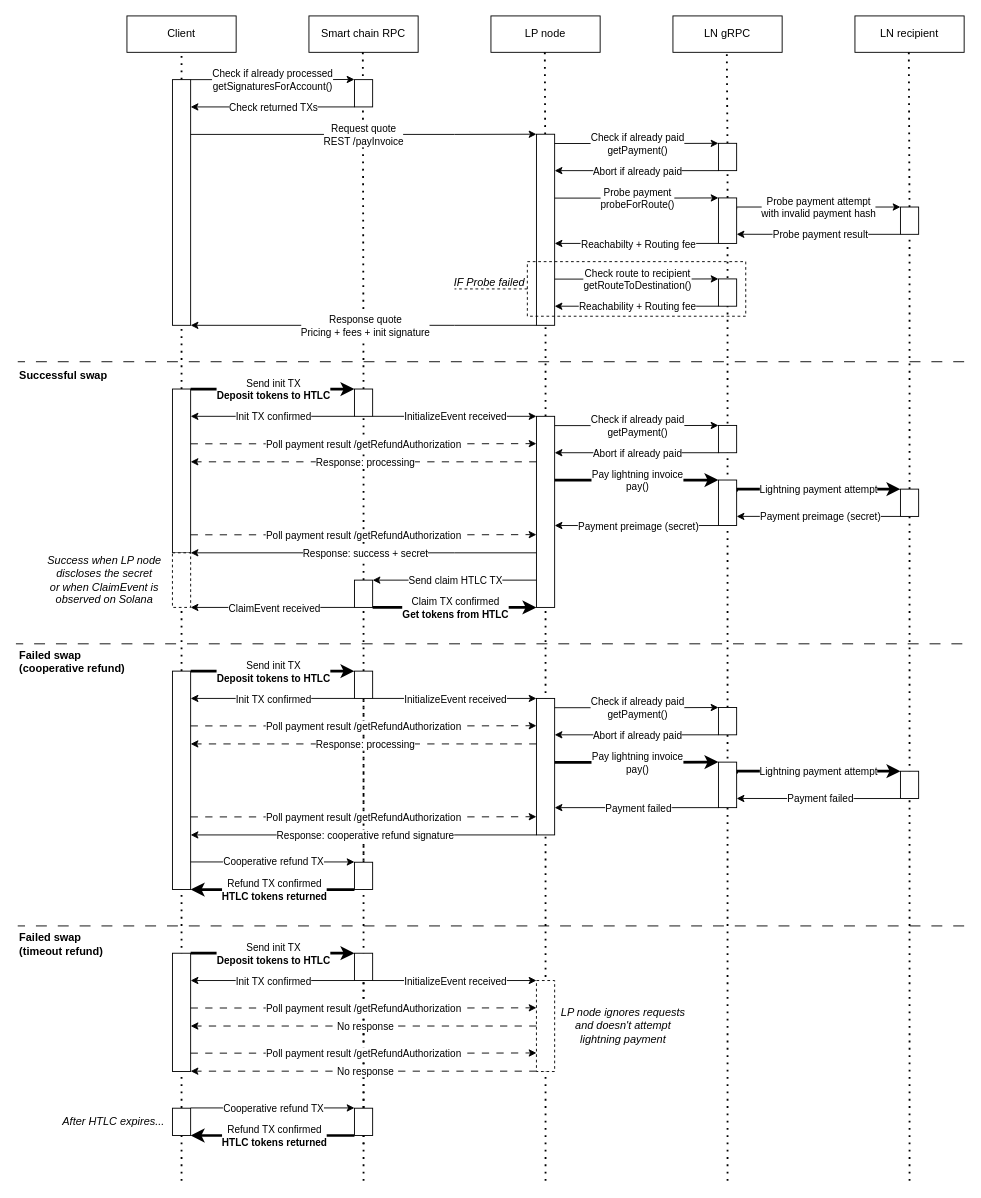
Before: flows/tobtcln-diagram.drawio in adambor/SolLightning-readme, a draw.io diagram. Source tidied: cells renumbered, new cells numbered last; positions are measured from the earlier drawing's top-left corner, leaving out a move shared by most shapes. Both pictures are drawn from the tidied source at 91%, with x=0, y=0 at pixel (15, 15).
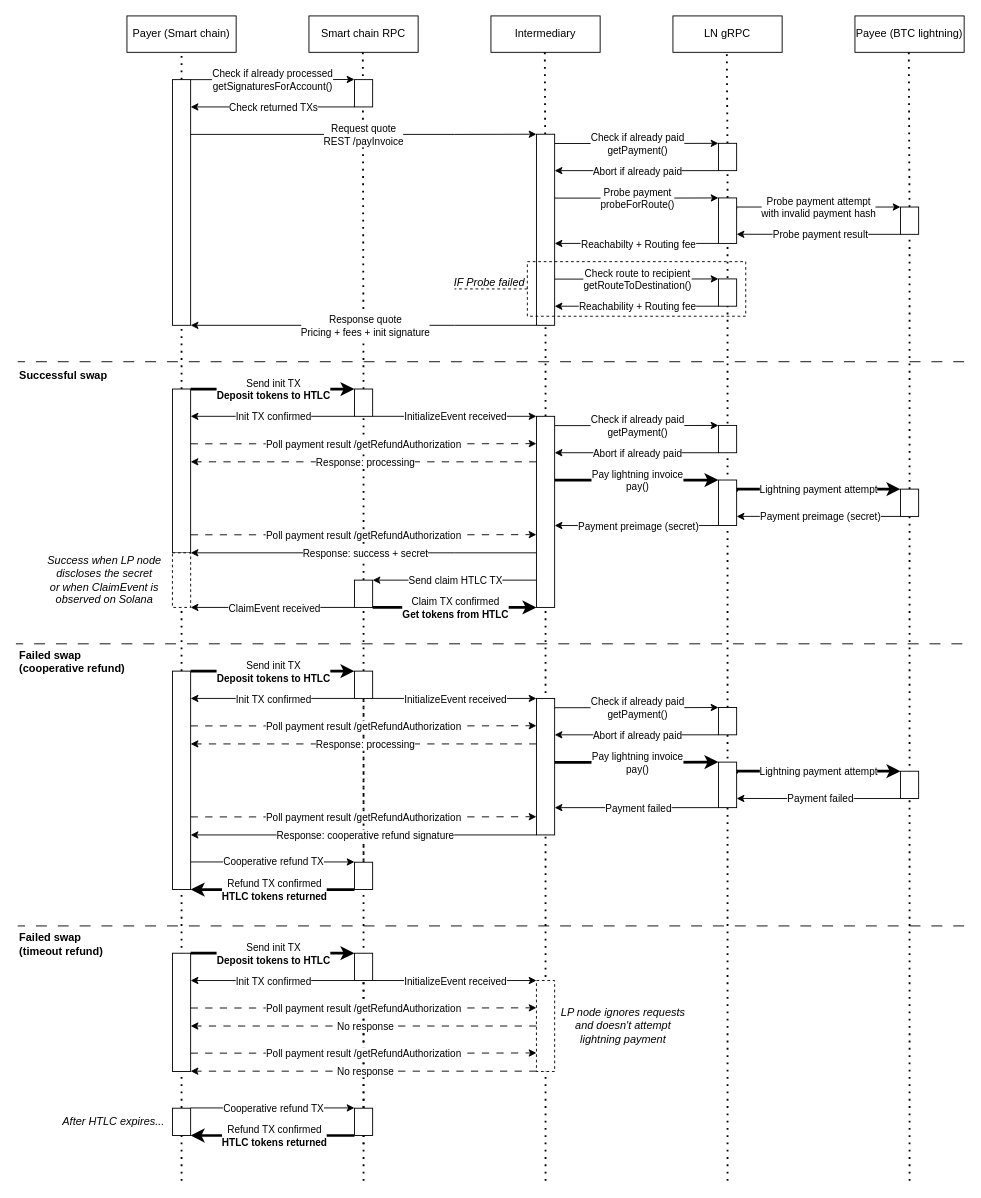
The same page after the edit.

Change to the diagram source:
```diff
@@
-    <mxCell id="2" value="Client" style="rounded=0;whiteSpace=wrap;html=1;" parent="1" vertex="1">
+    <mxCell id="2" value="Payer (Smart chain)" style="rounded=0;whiteSpace=wrap;html=1;" parent="1" vertex="1">
       <mxGeometry x="122" width="120" height="40" as="geometry" />
     </mxCell>
-    <mxCell id="3" value="LP node" style="rounded=0;whiteSpace=wrap;html=1;" parent="1" vertex="1">
+    <mxCell id="3" value="Intermediary" style="rounded=0;whiteSpace=wrap;html=1;" parent="1" vertex="1">
       <mxGeometry x="522" width="120" height="40" as="geometry" />
     </mxCell>
-    <mxCell id="4" value="LN recipient" style="rounded=0;whiteSpace=wrap;html=1;" parent="1" vertex="1">
+    <mxCell id="4" value="Payee (BTC lightning)" style="rounded=0;whiteSpace=wrap;html=1;" parent="1" vertex="1">
       <mxGeometry x="922" width="120" height="40" as="geometry" />
     </mxCell>
```
